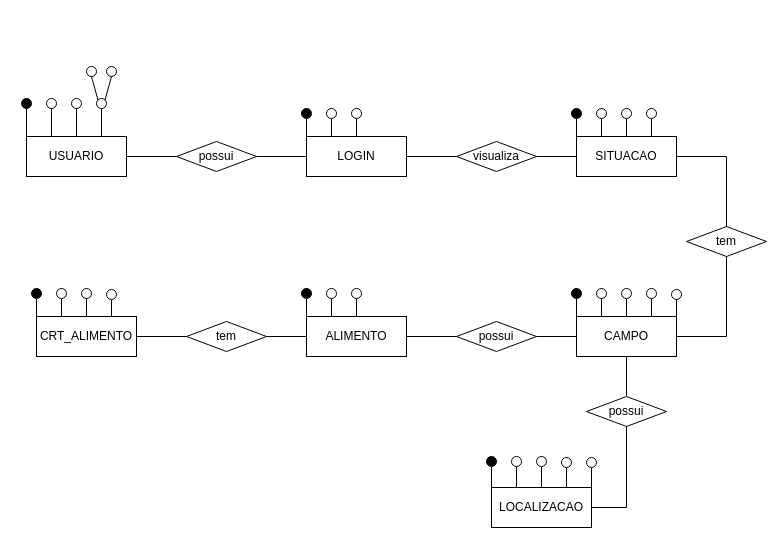
Before: Diagrama sem nome.drawio in Thiago163/api_sistema_trienal, a draw.io diagram. Source tidied: cells renumbered, new cells numbered last; positions are measured from the earlier drawing's top-left corner, leaving out a move shared by most shapes. Both pictures are drawn from the tidied source at 100%, with x=0, y=0 at pixel (21, 66).
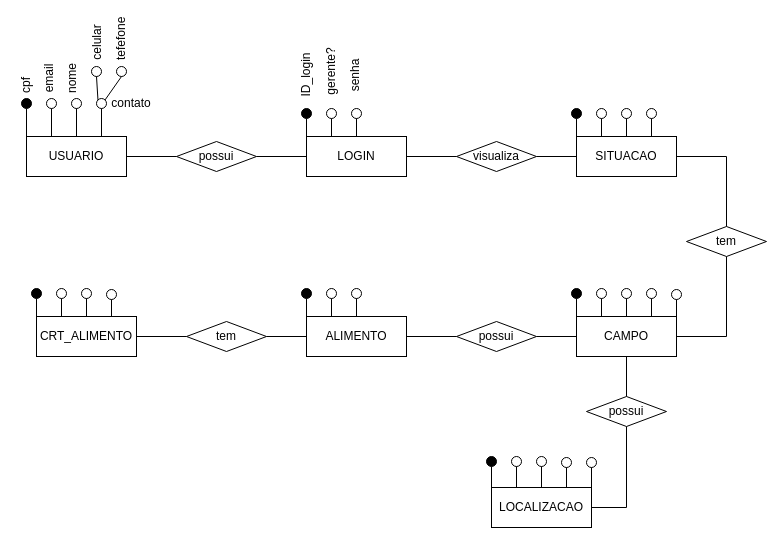
After the change.

Change to the diagram source:
```diff
@@
     <mxCell id="23" style="ellipse;whiteSpace=wrap;html=1;" parent="1" vertex="1">
-      <mxGeometry x="65" width="10" height="10" as="geometry" />
+      <mxGeometry x="70" width="10" height="10" as="geometry" />
     </mxCell>
     <mxCell id="24" style="ellipse;whiteSpace=wrap;html=1;" parent="1" vertex="1">
-      <mxGeometry x="85" width="10" height="10" as="geometry" />
+      <mxGeometry x="95" width="10" height="10" as="geometry" />
     </mxCell>
@@
+    <mxCell id="87" value="cpf" style="text;html=1;align=center;verticalAlign=middle;whiteSpace=wrap;rounded=0;rotation=-90;" parent="1" vertex="1">
+      <mxGeometry x="-10" y="10" width="30" height="18" as="geometry" />
+    </mxCell>
+    <mxCell id="88" value="email" style="text;html=1;align=center;verticalAlign=middle;whiteSpace=wrap;rounded=0;rotation=-90;" parent="1" vertex="1">
+      <mxGeometry x="13" y="3" width="30" height="18" as="geometry" />
+    </mxCell>
+    <mxCell id="89" value="nome" style="text;html=1;align=center;verticalAlign=middle;whiteSpace=wrap;rounded=0;rotation=-90;" parent="1" vertex="1">
+      <mxGeometry x="36" y="3" width="30" height="18" as="geometry" />
+    </mxCell>
+    <mxCell id="90" value="contato" style="text;html=1;align=center;verticalAlign=middle;whiteSpace=wrap;rounded=0;rotation=0;" parent="1" vertex="1">
+      <mxGeometry x="95" y="28" width="30" height="18" as="geometry" />
+    </mxCell>
+    <mxCell id="91" value="celular" style="text;html=1;align=center;verticalAlign=middle;whiteSpace=wrap;rounded=0;rotation=-90;" parent="1" vertex="1">
+      <mxGeometry x="57.5" y="-32.5" width="35" height="18" as="geometry" />
+    </mxCell>
+    <mxCell id="92" value="tefefone" style="text;html=1;align=center;verticalAlign=middle;whiteSpace=wrap;rounded=0;rotation=-90;" parent="1" vertex="1">
+      <mxGeometry x="78.8" y="-36.2" width="42.5" height="18" as="geometry" />
+    </mxCell>
+    <mxCell id="93" value="ID_login" style="text;html=1;align=center;verticalAlign=middle;whiteSpace=wrap;rounded=0;rotation=-90;" parent="1" vertex="1">
+      <mxGeometry x="262.5" width="45" height="18" as="geometry" />
+    </mxCell>
+    <mxCell id="94" value="gerente?" style="text;html=1;align=center;verticalAlign=middle;whiteSpace=wrap;rounded=0;rotation=-90;" parent="1" vertex="1">
+      <mxGeometry x="285" y="-4" width="50" height="18" as="geometry" />
+    </mxCell>
+    <mxCell id="95" value="senha" style="text;html=1;align=center;verticalAlign=middle;whiteSpace=wrap;rounded=0;rotation=-90;" parent="1" vertex="1">
+      <mxGeometry x="309" width="50" height="18" as="geometry" />
+    </mxCell>
```
